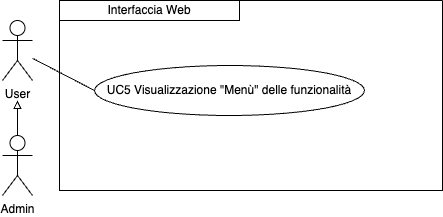
ShameIRL/farmacode keeps this draw.io diagram as imgs/Uml/UC5.png. Above is the earlier version. Source tidied: cells renumbered, new cells last; positions are measured from the earlier drawing's top-left corner, leaving out a move shared by most shapes.
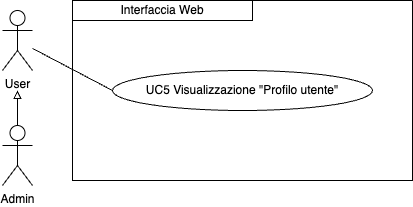
The same diagram one commit later.

The edit, as a diff of the source:
```diff
@@ -5,25 +5,25 @@
     <mxCell id="2" value="User" style="shape=umlActor;verticalLabelPosition=bottom;verticalAlign=top;html=1;outlineConnect=0;" parent="1" vertex="1">
       <mxGeometry y="20" width="30" height="60" as="geometry" />
     </mxCell>
-    <mxCell id="3" style="swimlane;startSize=0;" parent="1" vertex="1">
-      <mxGeometry x="57" width="383" height="190" as="geometry" />
-    </mxCell>
-    <mxCell id="4" value="UC5 Visualizzazione &quot;Menù&quot; delle funzionalità" style="ellipse;whiteSpace=wrap;html=1;" parent="3" vertex="1">
-      <mxGeometry x="35" y="65" width="270" height="50" as="geometry" />
-    </mxCell>
+    <mxCell id="9" style="swimlane;startSize=0;" parent="1" vertex="1">
+      <mxGeometry x="70" y="10" width="340" height="180" as="geometry" />
+    </mxCell>
+    <mxCell id="10" value="UC5 Visualizzazione &quot;Profilo utente&quot;" style="ellipse;whiteSpace=wrap;html=1;" parent="9" vertex="1">
+      <mxGeometry x="40" y="70" width="260" height="40" as="geometry" />
+    </mxCell>
-    <mxCell id="5" value="Interfaccia Web" style="rounded=0;whiteSpace=wrap;html=1;" parent="3" vertex="1">
+    <mxCell id="5" value="Interfaccia Web" style="rounded=0;whiteSpace=wrap;html=1;" parent="9" vertex="1">
       <mxGeometry width="180" height="20" as="geometry" />
     </mxCell>
-    <mxCell id="6" style="edgeStyle=orthogonalEdgeStyle;rounded=0;jettySize=auto;html=1;exitX=0.5;exitY=0;exitDx=0;exitDy=0;exitPerimeter=0;endArrow=block;endFill=0;" parent="1" edge="1" source="7">
-      <mxGeometry relative="1" as="geometry">
-        <mxPoint x="15" y="100" as="targetPoint" />
-      </mxGeometry>
-    </mxCell>
+    <mxCell id="11" style="edgeStyle=orthogonalEdgeStyle;rounded=0;jettySize=auto;html=1;exitX=0.5;exitY=0;exitDx=0;exitDy=0;exitPerimeter=0;endArrow=block;endFill=0;" parent="1" edge="1" source="7">
+      <mxGeometry relative="1" as="geometry">
+        <mxPoint x="15" y="100" as="targetPoint" />
+      </mxGeometry>
+    </mxCell>
     <mxCell id="7" value="Admin" style="shape=umlActor;verticalLabelPosition=bottom;verticalAlign=top;html=1;outlineConnect=0;" parent="1" vertex="1">
       <mxGeometry y="135" width="30" height="60" as="geometry" />
     </mxCell>
-    <mxCell id="8" style="endArrow=none;html=1;rounded=0;entryX=0;entryY=0.5;entryDx=0;entryDy=0;" parent="1" edge="1" source="2" target="4">
-      <mxGeometry relative="1" as="geometry" />
-    </mxCell>
+    <mxCell id="12" style="endArrow=none;html=1;rounded=0;entryX=0;entryY=0.5;entryDx=0;entryDy=0;" parent="1" edge="1" source="2" target="10">
+      <mxGeometry relative="1" as="geometry" />
+    </mxCell>
   </root>
 </mxGraphModel>
```
